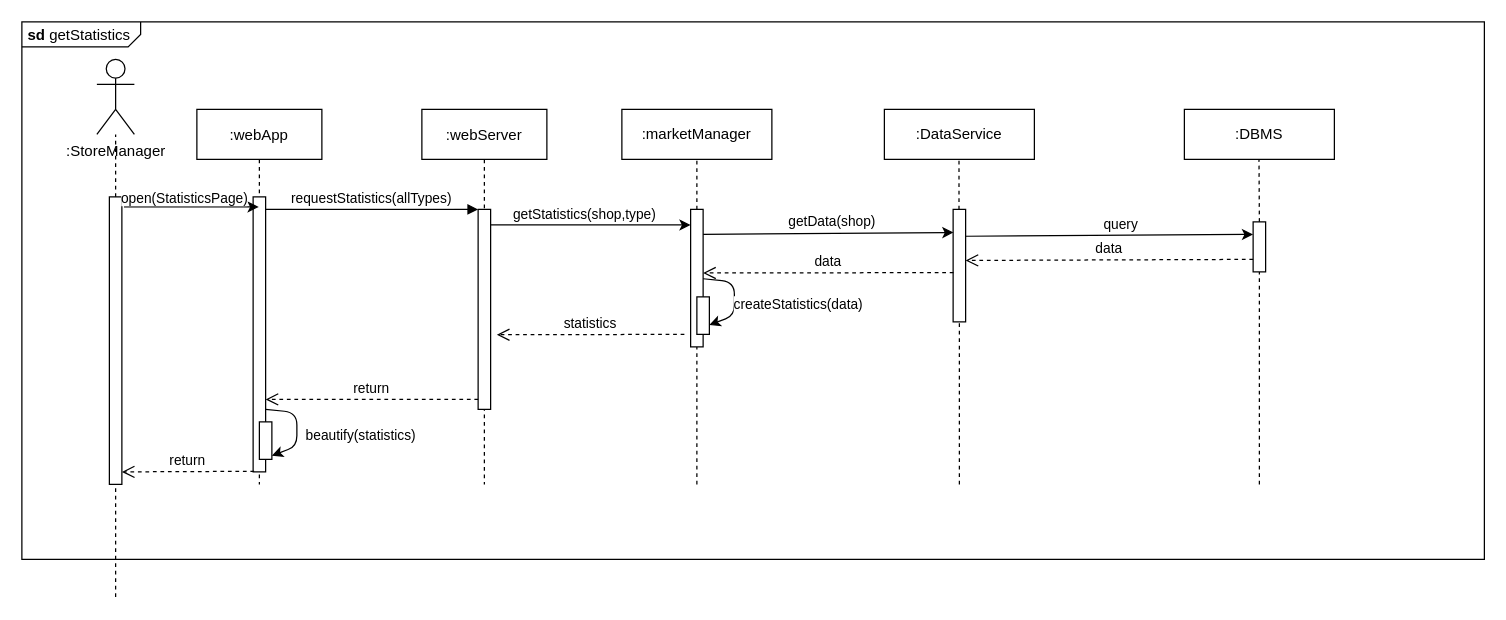
The draw.io diagram Relevant DD information/Sequence Diagrams/DrawIO/getStatistics.drawio in EtionPinari/PinariRomeoSbrolli, before the edit. Source tidied: cells renumbered, new cells numbered last; positions are measured from the earlier drawing's top-left corner, leaving out a move shared by most shapes. Both pictures are drawn from the tidied source at 125%, with x=0, y=0 at pixel (21, 21).
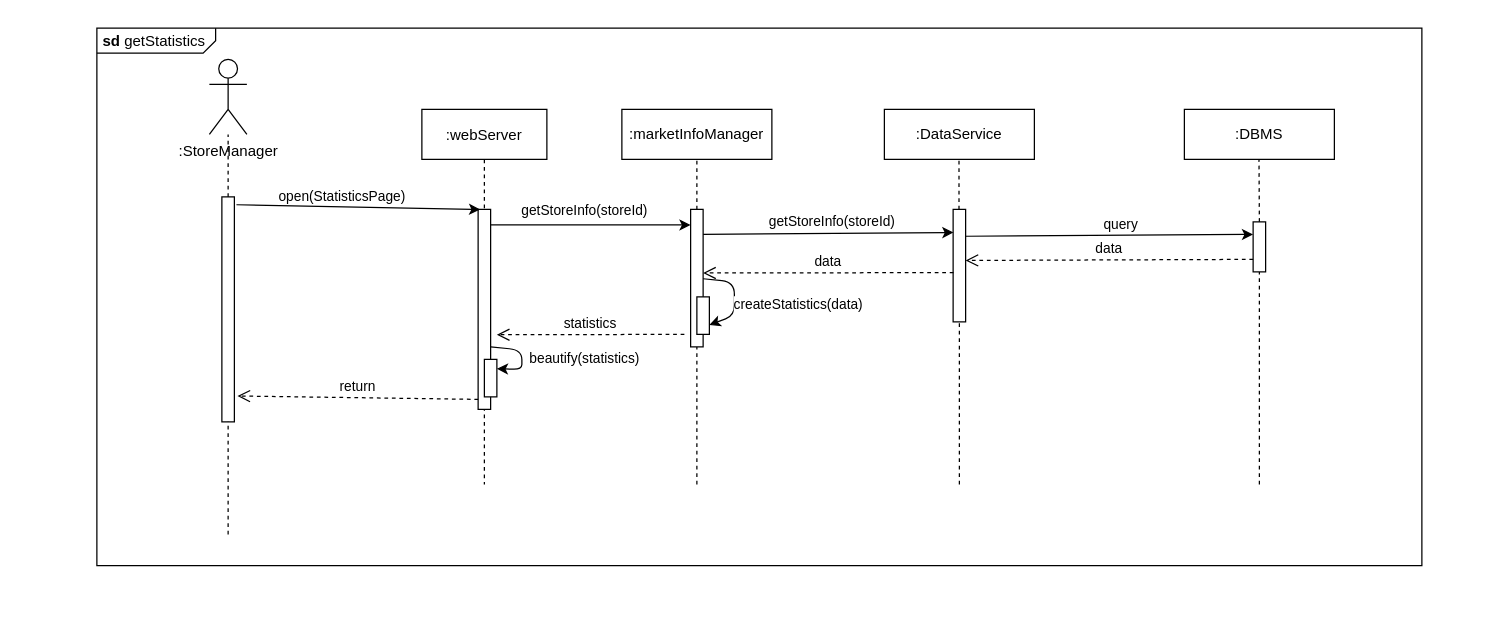
Above is the later version.

The change refers to these unchanged cells:
```xml
<mxCell id="6" style="points=[];perimeter=orthogonalPerimeter;rounded=0;shadow=0;strokeWidth=1;" parent="5" vertex="1">
  <mxGeometry x="45" y="80" width="10" height="160" as="geometry" />
</mxCell>
<mxCell id="13" style="rounded=0;whiteSpace=wrap;html=1;" parent="1" vertex="1">
  <mxGeometry x="535" y="150" width="10" height="110" as="geometry" />
</mxCell>
<mxCell id="20" style="endArrow=classic;html=1;entryX=0.029;entryY=0.206;entryDx=0;entryDy=0;entryPerimeter=0;" parent="1" edge="1" target="17">
  <mxGeometry relative="1" as="geometry">
    <mxPoint x="545" y="170" as="sourcePoint" />
  </mxGeometry>
</mxCell>
```

What changed in the source:
```diff
@@
     <mxCell id="2" value="&lt;p style=&quot;margin: 0px ; margin-top: 4px ; margin-left: 5px ; text-align: left&quot;&gt;&lt;b&gt;sd&lt;/b&gt;  getStatistics&lt;/p&gt;" style="html=1;shape=mxgraph.sysml.package;overflow=fill;labelX=95;align=left;spacingLeft=5;verticalAlign=top;spacingTop=-3;" parent="1" vertex="1">
-      <mxGeometry width="1170" height="430" as="geometry" />
+      <mxGeometry x="60" y="5" width="1060" height="430" as="geometry" />
     </mxCell>
-    <mxCell id="3" value=":webApp" style="shape=umlLifeline;perimeter=lifelinePerimeter;rounded=0;shadow=0;strokeWidth=1;" parent="1" vertex="1">
-      <mxGeometry x="140" y="70" width="100" height="300" as="geometry" />
-    </mxCell>
-    <mxCell id="4" style="points=[];perimeter=orthogonalPerimeter;rounded=0;shadow=0;strokeWidth=1;" parent="3" vertex="1">
-      <mxGeometry x="45" y="70" width="10" height="220" as="geometry" />
-    </mxCell>
@@
-    <mxCell id="7" value="return" style="verticalAlign=bottom;endArrow=open;dashed=1;endSize=8;exitX=0;exitY=0.95;shadow=0;strokeWidth=1;" parent="1" edge="1" source="6" target="4">
+    <mxCell id="7" value="return" style="verticalAlign=bottom;endArrow=open;dashed=1;endSize=8;exitX=0;exitY=0.95;shadow=0;strokeWidth=1;entryX=1.25;entryY=0.885;entryDx=0;entryDy=0;entryPerimeter=0;" parent="1" edge="1" source="6" target="38">
       <mxGeometry relative="1" as="geometry" />
     </mxCell>
-    <mxCell id="8" value="requestStatistics(allTypes)" style="verticalAlign=bottom;endArrow=block;entryX=0;entryY=0;shadow=0;strokeWidth=1;" parent="1" edge="1" source="4" target="6">
-      <mxGeometry relative="1" as="geometry" />
-    </mxCell>
-    <mxCell id="9" value=":marketManager" style="rounded=0;whiteSpace=wrap;html=1;" parent="1" vertex="1">
+    <mxCell id="9" value=":marketInfoManager" style="rounded=0;whiteSpace=wrap;html=1;" parent="1" vertex="1">
       <mxGeometry x="480" y="70" width="120" height="40" as="geometry" />
     </mxCell>
@@
-    <mxCell id="15" style="endArrow=classic;html=1;entryX=0;entryY=0.113;entryDx=0;entryDy=0;entryPerimeter=0;" parent="1" edge="1" source="6" target="13">
-      <mxGeometry relative="1" as="geometry" />
-    </mxCell>
-    <mxCell id="16" value="getStatistics(shop,type)" style="edgeLabel;html=1;align=center;verticalAlign=middle;" parent="15" vertex="1">
-      <mxGeometry x="0.41" y="-1" relative="1" as="geometry">
-        <mxPoint x="-38.1" y="-10.2" as="offset" />
-      </mxGeometry>
-    </mxCell>
@@
-    <mxCell id="21" value="getData(shop)" style="edgeLabel;html=1;align=center;verticalAlign=middle;" parent="20" vertex="1">
+    <mxCell id="21" value="getStoreInfo(storeId)" style="edgeLabel;html=1;align=center;verticalAlign=middle;" parent="20" vertex="1">
       <mxGeometry x="0.41" y="-1" relative="1" as="geometry">
         <mxPoint x="-38.1" y="-10.2" as="offset" />
       </mxGeometry>
     </mxCell>
@@
-    <mxCell id="33" style="rounded=0;whiteSpace=wrap;html=1;" parent="1" vertex="1">
-      <mxGeometry x="190" y="320" width="10" height="30" as="geometry" />
-    </mxCell>
-    <mxCell id="34" style="endArrow=classic;html=1;entryX=1;entryY=0.75;entryDx=0;entryDy=0;" parent="1" edge="1">
-      <mxGeometry relative="1" as="geometry">
-        <mxPoint x="195" y="310" as="sourcePoint" />
-        <mxPoint x="200" y="347" as="targetPoint" />
-        <Array as="points">
-          <mxPoint x="220" y="312.5" />
-          <mxPoint x="220" y="339.5" />
-        </Array>
-      </mxGeometry>
-    </mxCell>
-    <mxCell id="35" value="beautify(statistics)" style="edgeLabel;html=1;align=center;verticalAlign=middle;" parent="34" vertex="1">
-      <mxGeometry x="0.4" y="-1" relative="1" as="geometry">
-        <mxPoint x="51" y="-8" as="offset" />
-      </mxGeometry>
-    </mxCell>
     <mxCell id="36" value=":StoreManager" style="shape=umlActor;verticalLabelPosition=bottom;verticalAlign=top;html=1;outlineConnect=0;" parent="1" vertex="1">
-      <mxGeometry x="60" y="30" width="30" height="60" as="geometry" />
+      <mxGeometry x="150" y="30" width="30" height="60" as="geometry" />
     </mxCell>
@@
     <mxCell id="38" style="points=[];perimeter=orthogonalPerimeter;rounded=0;shadow=0;strokeWidth=1;" parent="1" vertex="1">
-      <mxGeometry x="70" y="140" width="10" height="230" as="geometry" />
+      <mxGeometry x="160" y="140" width="10" height="180" as="geometry" />
     </mxCell>
     <mxCell id="39" style="endArrow=none;dashed=1;html=1;entryX=0.5;entryY=0.999;entryDx=0;entryDy=0;entryPerimeter=0;" parent="1" edge="1" target="38">
       <mxGeometry relative="1" as="geometry">
-        <mxPoint x="75" y="460" as="sourcePoint" />
+        <mxPoint x="165" y="410" as="sourcePoint" />
       </mxGeometry>
     </mxCell>
-    <mxCell id="40" style="endArrow=classic;html=1;exitX=1.167;exitY=0.035;exitDx=0;exitDy=0;exitPerimeter=0;" parent="1" edge="1" source="38" target="3">
+    <mxCell id="40" style="endArrow=classic;html=1;exitX=1.167;exitY=0.035;exitDx=0;exitDy=0;exitPerimeter=0;entryX=0.167;entryY=0.001;entryDx=0;entryDy=0;entryPerimeter=0;" parent="1" edge="1" source="38" target="6">
       <mxGeometry relative="1" as="geometry" />
     </mxCell>
@@
-    <mxCell id="42" value="return" style="verticalAlign=bottom;endArrow=open;dashed=1;endSize=8;shadow=0;strokeWidth=1;exitX=0.083;exitY=0.998;exitDx=0;exitDy=0;exitPerimeter=0;" parent="1" edge="1" source="4">
-      <mxGeometry relative="1" as="geometry">
-        <mxPoint x="80" y="360" as="targetPoint" />
-      </mxGeometry>
-    </mxCell>
+    <mxCell id="15" style="endArrow=classic;html=1;entryX=0;entryY=0.113;entryDx=0;entryDy=0;entryPerimeter=0;" parent="1" edge="1" source="6" target="13">
+      <mxGeometry relative="1" as="geometry" />
+    </mxCell>
+    <mxCell id="16" value="getStoreInfo(storeId)" style="edgeLabel;html=1;align=center;verticalAlign=middle;" parent="15" vertex="1">
+      <mxGeometry x="0.41" y="-1" relative="1" as="geometry">
+        <mxPoint x="-38.1" y="-13.4" as="offset" />
+      </mxGeometry>
+    </mxCell>
+    <mxCell id="43" style="rounded=0;whiteSpace=wrap;html=1;" parent="1" vertex="1">
+      <mxGeometry x="370" y="270" width="10" height="30" as="geometry" />
+    </mxCell>
+    <mxCell id="44" style="endArrow=classic;html=1;entryX=1;entryY=0.25;entryDx=0;entryDy=0;" parent="1" edge="1" target="43">
+      <mxGeometry relative="1" as="geometry">
+        <mxPoint x="375" y="260" as="sourcePoint" />
+        <Array as="points">
+          <mxPoint x="400" y="262.5" />
+          <mxPoint x="400" y="278" />
+        </Array>
+      </mxGeometry>
+    </mxCell>
+    <mxCell id="35" value="beautify(statistics)" style="edgeLabel;html=1;align=center;verticalAlign=middle;" parent="44" vertex="1">
+      <mxGeometry x="0.4" y="-1" relative="1" as="geometry">
+        <mxPoint x="51" y="-8" as="offset" />
+      </mxGeometry>
+    </mxCell>
```
